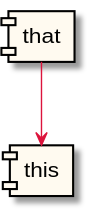
Before: docs/FirstDivision/integration.svg, a diagram exported from PlantUML (anz-bank/sysl-catalog). The source it was exported from:
```plantuml
@startuml


hide stereotype
scale max 16384 height
skinparam component {
  BackgroundColor FloralWhite
  BorderColor Black
  ArrowColor Crimson
}
[that] as _0
[this] as _1 <<highlight>>
_0 --> _1
@enduml
```
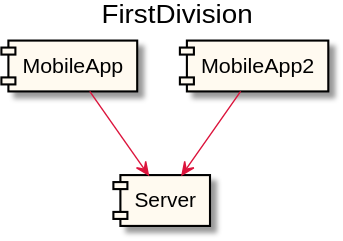
Above is the later version.

The edit, as a diff of the source:
```diff
@@ -1,6 +1,7 @@
 @startuml
 
 
+title FirstDivision
 hide stereotype
 scale max 16384 height
 skinparam component {
@@ -8,7 +9,9 @@
   BorderColor Black
   ArrowColor Crimson
 }
-[that] as _0
-[this] as _1 <<highlight>>
+[MobileApp] as _0 <<highlight>>
+[Server] as _1
 _0 --> _1
+[MobileApp2] as _2 <<highlight>>
+_2 --> _1
 @enduml
```
